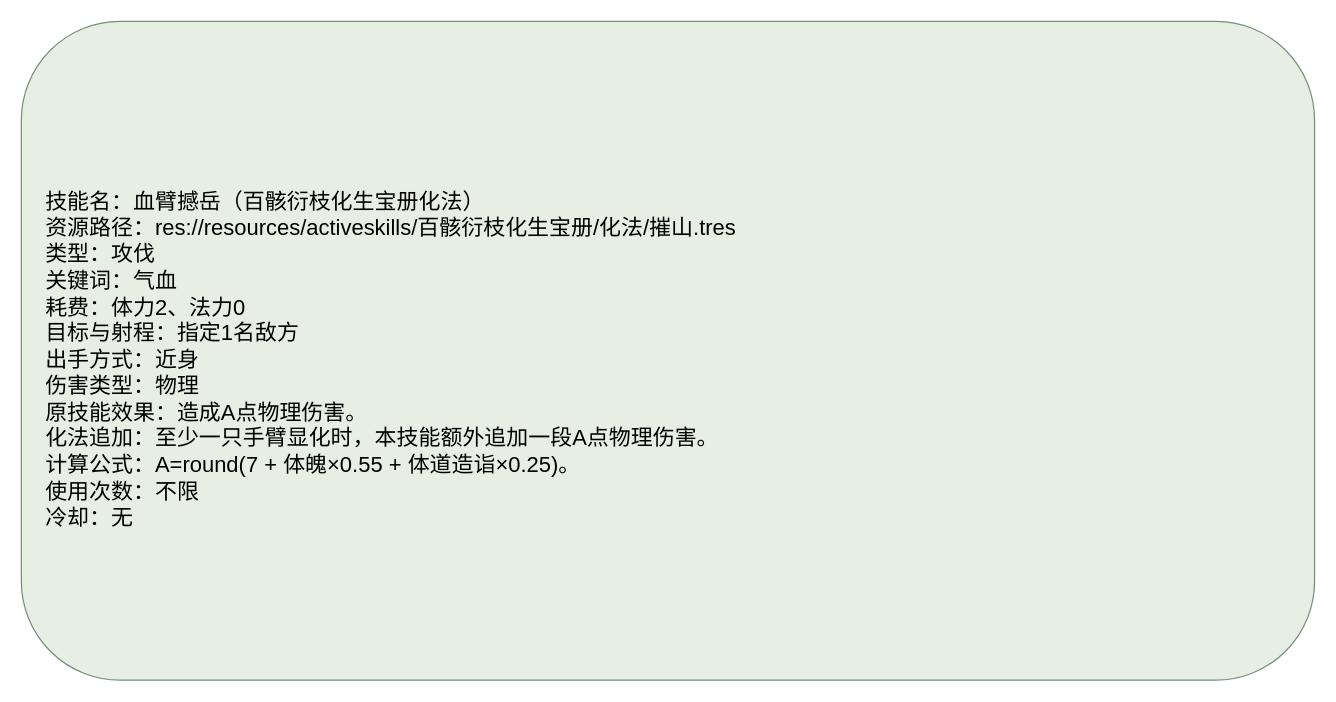
Before: docs/卡牌词典/秘籍技能/百骸衍枝化生宝册/化法/血臂撼岳.drawio in ankundanetracyc-spec/tian-guan-you-du, a draw.io diagram. Source tidied: cells renumbered, new cells numbered last; positions are measured from the earlier drawing's top-left corner, leaving out a move shared by most shapes. Both pictures are drawn from the tidied source at 122%, with x=0, y=0 at pixel (21, 21).
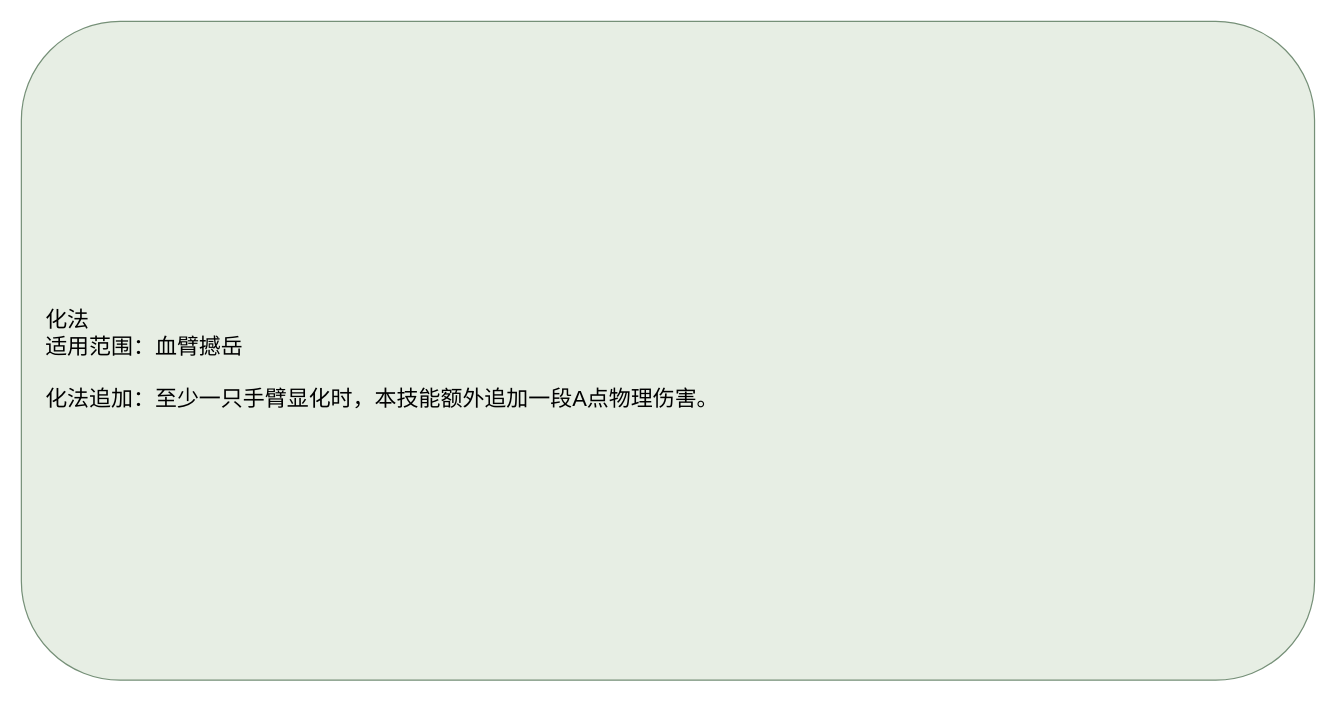
After the change.

Diff of the diagram source:
```diff
@@
 <mxGraphModel>
   <root>
     <mxCell id="0" />
     <mxCell id="1" parent="0" />
-    <mxCell id="2" value="&lt;div style=&quot;text-align:left;&quot;&gt;技能名：血臂撼岳（百骸衍枝化生宝册化法）&lt;br&gt;资源路径：res://resources/activeskills/百骸衍枝化生宝册/化法/摧山.tres&lt;br&gt;类型：攻伐&lt;br&gt;关键词：气血&lt;br&gt;耗费：体力2、法力0&lt;br&gt;目标与射程：指定1名敌方&lt;br&gt;出手方式：近身&lt;br&gt;伤害类型：物理&lt;br&gt;原技能效果：造成A点物理伤害。&lt;br&gt;化法追加：至少一只手臂显化时，本技能额外追加一段A点物理伤害。&lt;br&gt;计算公式：A=round(7 + 体魄×0.55 + 体道造诣×0.25)。&lt;br&gt;使用次数：不限&lt;br&gt;冷却：无&lt;/div&gt;" style="rounded=1;whiteSpace=wrap;html=1;fillColor=#e7eee4;strokeColor=#769078;fontSize=18;align=left;spacingLeft=18;spacingTop=16;" parent="1" vertex="1">
+    <mxCell id="2" value="&lt;div style=&quot;text-align:left;&quot;&gt;化法&lt;br&gt;适用范围：血臂撼岳&lt;br&gt;&lt;br&gt;化法追加：至少一只手臂显化时，本技能额外追加一段A点物理伤害。&lt;/div&gt;" style="rounded=1;whiteSpace=wrap;html=1;fillColor=#e7eee4;strokeColor=#769078;fontSize=18;align=left;spacingLeft=18;spacingTop=16;" parent="1" vertex="1">
       <mxGeometry width="1060" height="540" as="geometry" />
     </mxCell>
   </root>
 </mxGraphModel>
```
